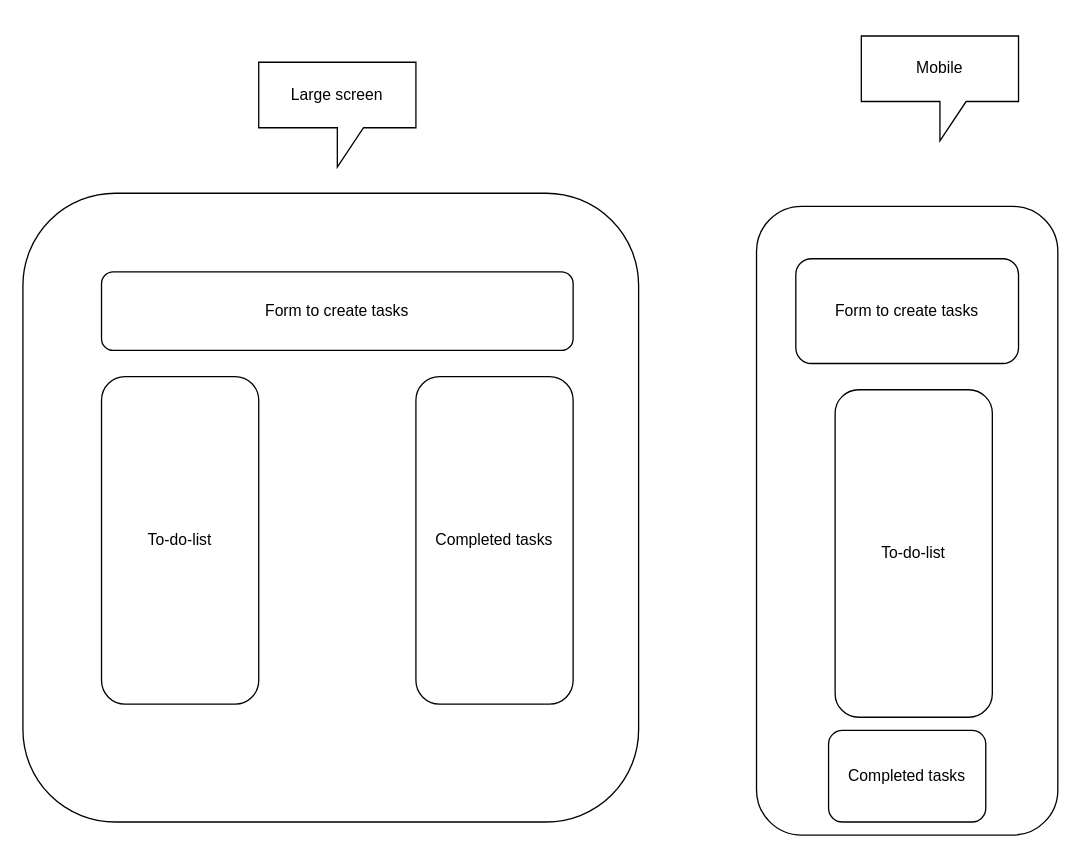
Before: Untitled Diagram.drawio in Adlam4002/week-5-group-project-, a draw.io diagram. Source tidied: cells renumbered, new cells numbered last; positions are measured from the earlier drawing's top-left corner, leaving out a move shared by most shapes. Both pictures are drawn from the tidied source at 131%, with x=0, y=0 at pixel (22, 35).
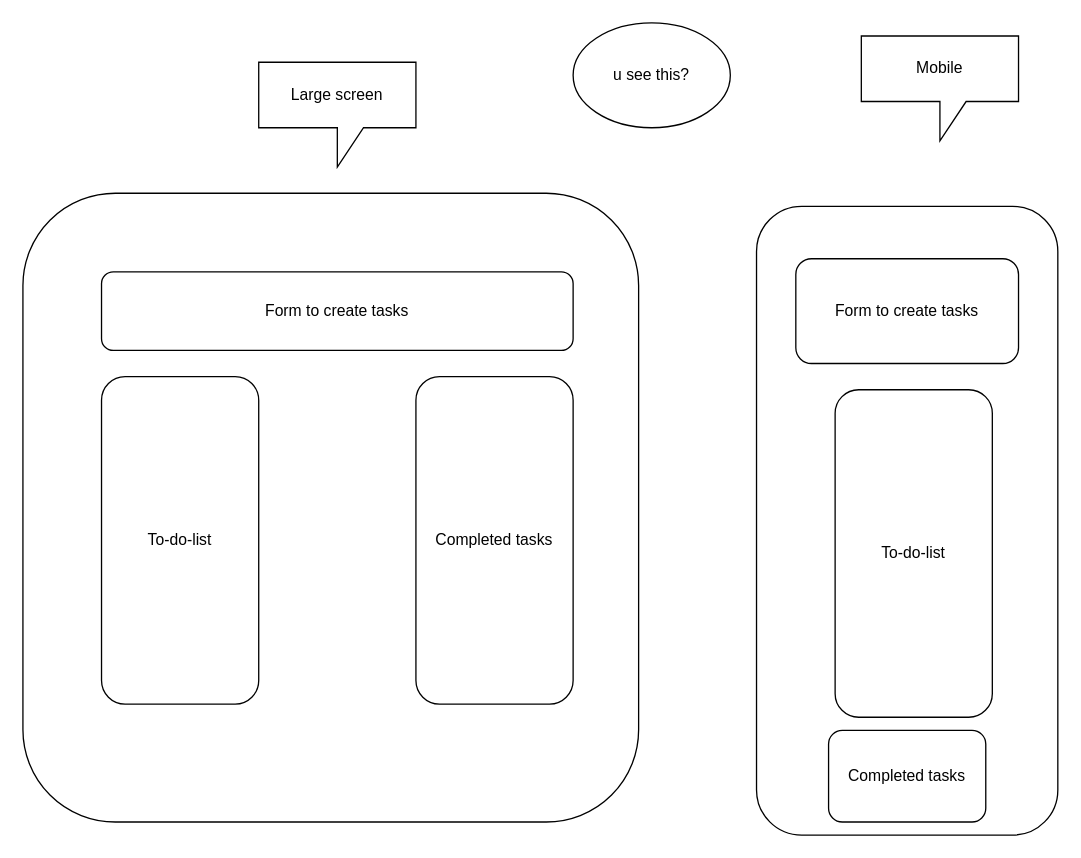
After the change.

Diff of the diagram source:
```diff
@@
 <mxGraphModel>
   <root>
     <mxCell id="0" />
     <mxCell id="1" parent="0" />
     <mxCell id="2" style="rounded=1;whiteSpace=wrap;html=1;" parent="1" vertex="1">
       <mxGeometry y="120" width="470" height="480" as="geometry" />
     </mxCell>
     <mxCell id="3" value="To-do-list" style="rounded=1;whiteSpace=wrap;html=1;" parent="1" vertex="1">
       <mxGeometry x="60" y="260" width="120" height="250" as="geometry" />
     </mxCell>
     <mxCell id="4" value="Completed tasks" style="rounded=1;whiteSpace=wrap;html=1;" parent="1" vertex="1">
       <mxGeometry x="300" y="260" width="120" height="250" as="geometry" />
     </mxCell>
     <mxCell id="5" value="Form to create tasks" style="rounded=1;whiteSpace=wrap;html=1;" parent="1" vertex="1">
       <mxGeometry x="60" y="180" width="360" height="60" as="geometry" />
     </mxCell>
     <mxCell id="6" style="rounded=1;whiteSpace=wrap;html=1;" parent="1" vertex="1">
       <mxGeometry x="560" y="130" width="230" height="480" as="geometry" />
     </mxCell>
     <mxCell id="7" value="To-do-list" style="rounded=1;whiteSpace=wrap;html=1;" parent="1" vertex="1">
       <mxGeometry x="620" y="270" width="120" height="250" as="geometry" />
     </mxCell>
     <mxCell id="8" value="Completed tasks" style="rounded=1;whiteSpace=wrap;html=1;" parent="1" vertex="1">
       <mxGeometry x="615" y="530" width="120" height="70" as="geometry" />
     </mxCell>
     <mxCell id="9" value="Form to create tasks" style="rounded=1;whiteSpace=wrap;html=1;" parent="1" vertex="1">
       <mxGeometry x="590" y="170" width="170" height="80" as="geometry" />
     </mxCell>
     <mxCell id="10" value="Large screen" style="shape=callout;whiteSpace=wrap;html=1;perimeter=calloutPerimeter;" parent="1" vertex="1">
       <mxGeometry x="180" y="20" width="120" height="80" as="geometry" />
     </mxCell>
     <mxCell id="11" value="Mobile" style="shape=callout;whiteSpace=wrap;html=1;perimeter=calloutPerimeter;" parent="1" vertex="1">
       <mxGeometry x="640" width="120" height="80" as="geometry" />
     </mxCell>
+    <mxCell id="12" value="u see this?" style="ellipse;whiteSpace=wrap;html=1;" parent="1" vertex="1">
+      <mxGeometry x="420" y="-10" width="120" height="80" as="geometry" />
+    </mxCell>
   </root>
 </mxGraphModel>
```
